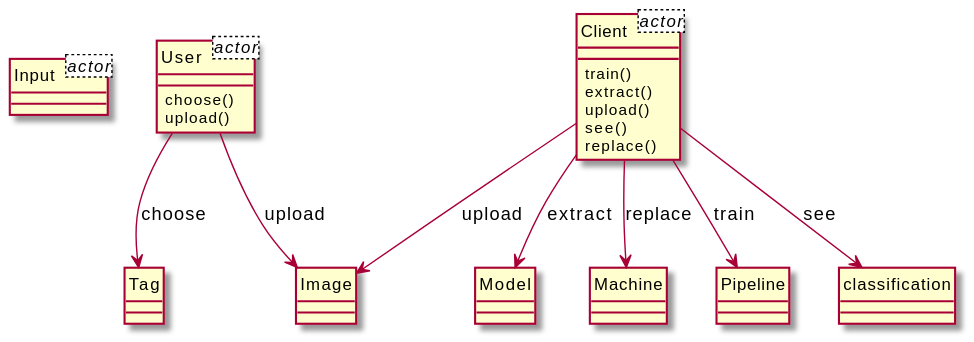
The PlantUML diagram output/diagram_5/2016-USC-Project04.svg in xixixhalu/DomainModelExtractor, before a commit.
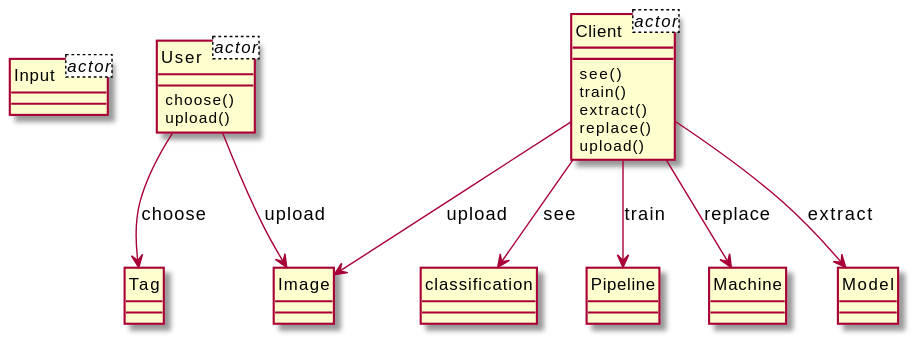
After the change.

Change to the diagram source:
```diff
@@ -7,13 +7,13 @@
 class Client<actor> {
 }
 class Client {
+	see()
 	train()
 	extract()
+	replace()
 	upload()
-	see()
-	replace()
 }
-class Model {
+class Image {
 }
 class User {
 	choose()
@@ -21,19 +21,19 @@
 }
 class Tag {
 }
-class Machine {
+class Model {
 }
-class Image {
+class classification {
 }
 class Pipeline {
 }
-class classification {
+class Machine {
 }
+Client --> Model : extract
+Client --> Image : upload
 Client --> Machine : replace
-Client --> Model : extract
 Client --> classification : see
 User --> Image : upload
-Client --> Image : upload
 User --> Tag : choose
 Client --> Pipeline : train
 @enduml
```
